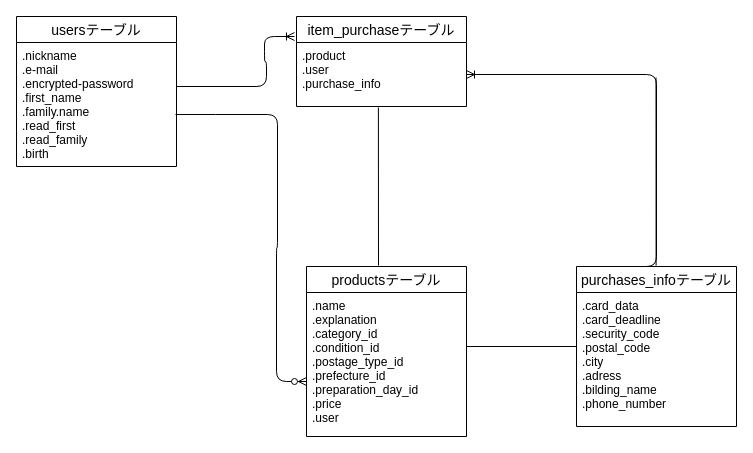
Before: furima.dio in happyshop6/furima-38846, a draw.io diagram. Source tidied: cells renumbered, new cells numbered last; positions are measured from the earlier drawing's top-left corner, leaving out a move shared by most shapes. Both pictures are drawn from the tidied source at 100%, with x=0, y=0 at pixel (16, 16).
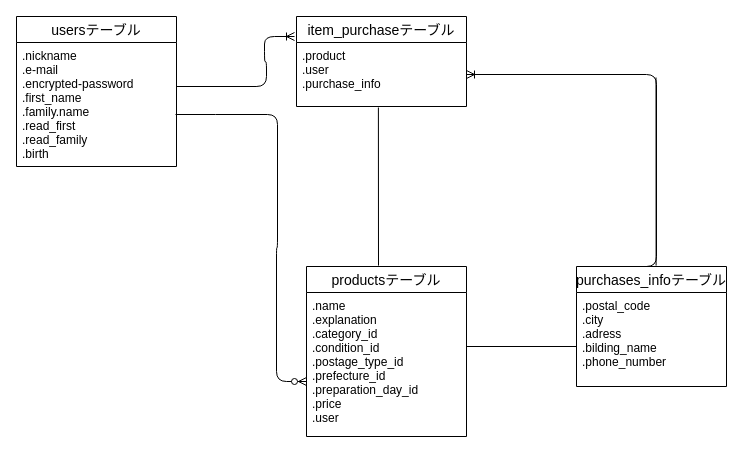
The same page after the edit.

What changed in the source:
```diff
@@
     <mxCell id="8" value="purchases_infoテーブル" style="swimlane;fontStyle=0;horizontal=1;startSize=26;align=center;fontSize=14;" parent="1" vertex="1">
-      <mxGeometry x="560" y="250" width="160" height="160" as="geometry" />
+      <mxGeometry x="560" y="250" width="150" height="120" as="geometry" />
     </mxCell>
-    <mxCell id="9" value=".card_data&#10;.card_deadline&#10;.security_code&#10;.postal_code&#10;.city&#10;.adress&#10;.bilding_name&#10;.phone_number&#10;" style="text;strokeColor=none;fillColor=none;spacingLeft=4;spacingRight=4;overflow=hidden;fontSize=12;" parent="8" vertex="1">
-      <mxGeometry y="26" width="160" height="134" as="geometry" />
+    <mxCell id="9" value=".postal_code&#10;.city&#10;.adress&#10;.bilding_name&#10;.phone_number&#10;" style="text;strokeColor=none;fillColor=none;spacingLeft=4;spacingRight=4;overflow=hidden;fontSize=12;" parent="8" vertex="1">
+      <mxGeometry y="26" width="150" height="94" as="geometry" />
     </mxCell>
```
